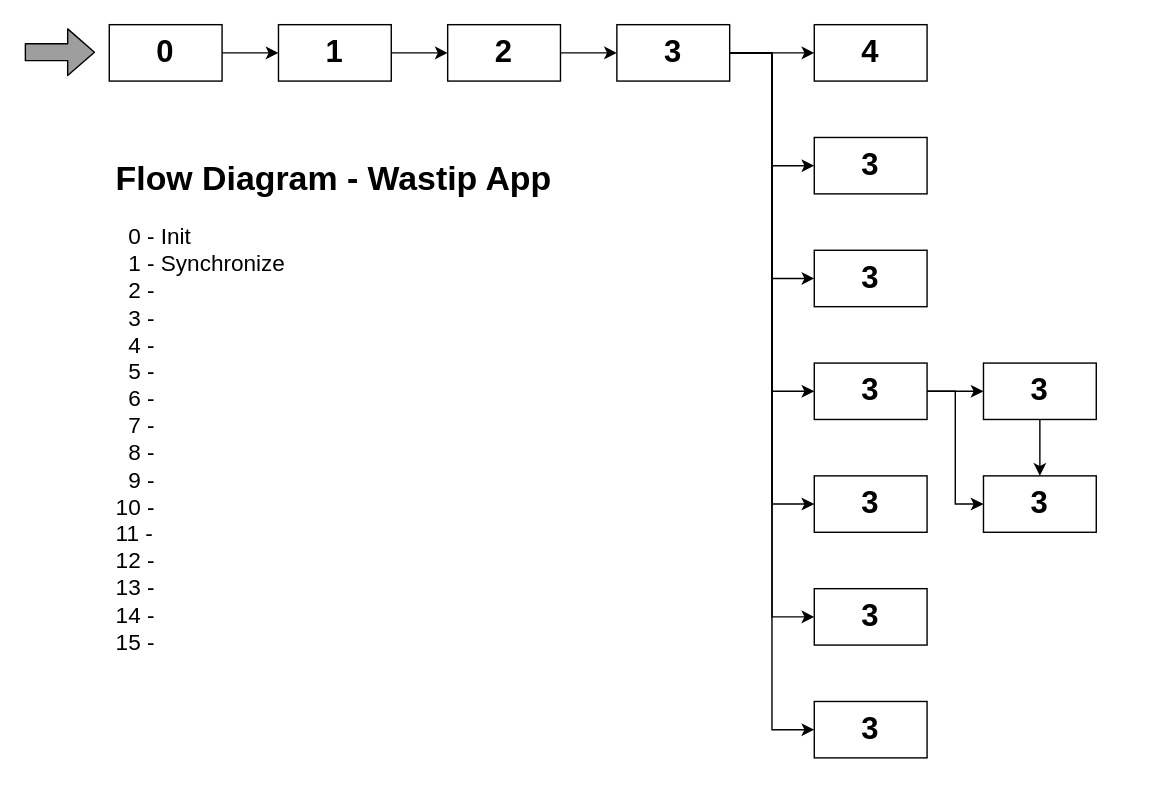
drubio-moba/diagramas keeps this draw.io diagram as Wastip-App_core&paths.drawio. Above is the earlier version. Source tidied: cells renumbered, new cells numbered last; positions are measured from the earlier drawing's top-left corner, leaving out a move shared by most shapes. Both pictures are drawn from the tidied source at 141%, with x=0, y=0 at pixel (24, 24).
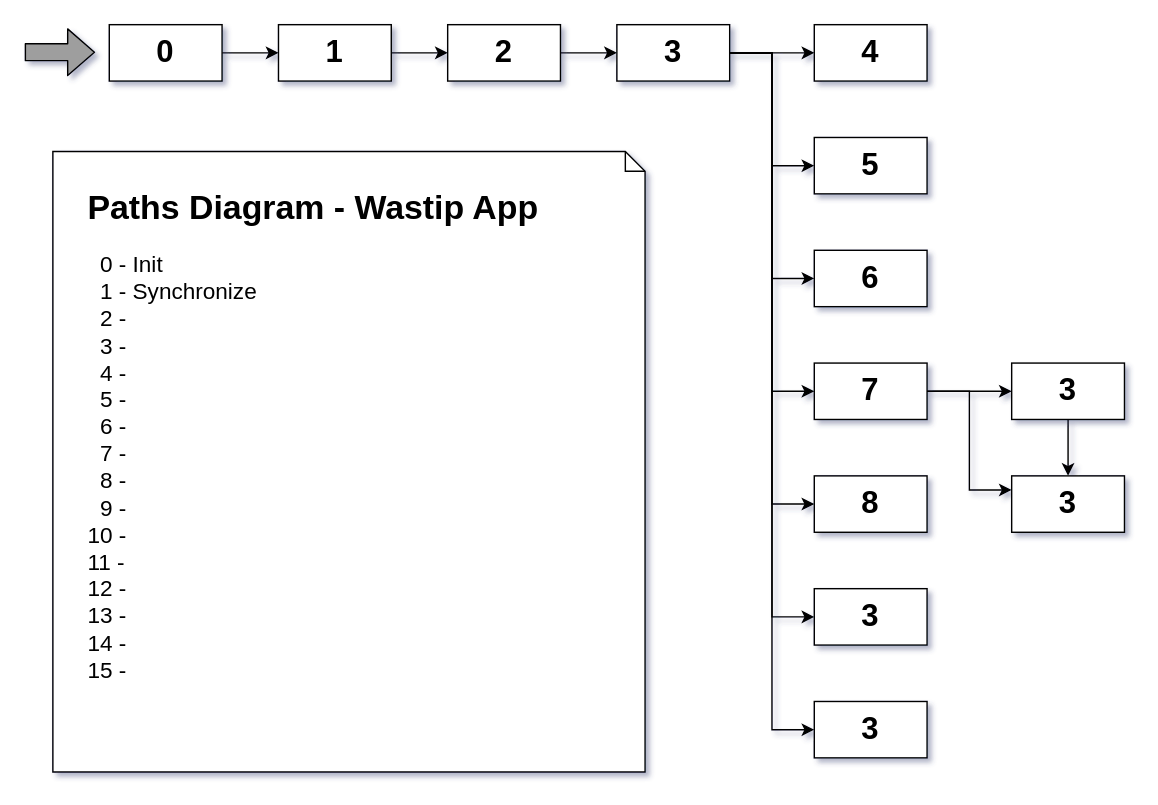
The same page after the edit.

Diff of the diagram source:
```diff
@@
-<mxGraphModel background="#ffffff">
+<mxGraphModel background="#ffffff" shadow="1">
@@
-    <mxCell id="17" value="&lt;b&gt;&lt;font style=&quot;font-size: 22px&quot;&gt;3&lt;/font&gt;&lt;/b&gt;" style="rounded=0;whiteSpace=wrap;html=1;" parent="1" vertex="1">
+    <mxCell id="17" value="&lt;div&gt;&lt;b&gt;&lt;font style=&quot;font-size: 22px&quot;&gt;5&lt;/font&gt;&lt;/b&gt;&lt;/div&gt;" style="rounded=0;whiteSpace=wrap;html=1;" parent="1" vertex="1">
       <mxGeometry x="560" y="80" width="80" height="40" as="geometry" />
     </mxCell>
-    <mxCell id="18" value="&lt;b&gt;&lt;font style=&quot;font-size: 22px&quot;&gt;3&lt;/font&gt;&lt;/b&gt;" style="rounded=0;whiteSpace=wrap;html=1;" parent="1" vertex="1">
+    <mxCell id="18" value="&lt;b&gt;&lt;font style=&quot;font-size: 22px&quot;&gt;6&lt;/font&gt;&lt;/b&gt;" style="rounded=0;whiteSpace=wrap;html=1;" parent="1" vertex="1">
       <mxGeometry x="560" y="160" width="80" height="40" as="geometry" />
     </mxCell>
@@
-    <mxCell id="20" style="edgeStyle=orthogonalEdgeStyle;rounded=0;jettySize=auto;html=1;entryX=0;entryY=0.5;entryDx=0;entryDy=0;labelBackgroundColor=#9E9E9E;fillColor=#9E9E9E;" parent="1" edge="1" source="21" target="30">
+    <mxCell id="20" style="edgeStyle=orthogonalEdgeStyle;rounded=0;jettySize=auto;html=1;entryX=0;entryY=0.25;entryDx=0;entryDy=0;labelBackgroundColor=#9E9E9E;fillColor=#9E9E9E;" parent="1" edge="1" source="21" target="30">
       <mxGeometry relative="1" as="geometry" />
     </mxCell>
-    <mxCell id="21" value="&lt;b&gt;&lt;font style=&quot;font-size: 22px&quot;&gt;3&lt;/font&gt;&lt;/b&gt;" style="rounded=0;whiteSpace=wrap;html=1;" parent="1" vertex="1">
+    <mxCell id="21" value="&lt;b&gt;&lt;font style=&quot;font-size: 22px&quot;&gt;7&lt;/font&gt;&lt;/b&gt;" style="rounded=0;whiteSpace=wrap;html=1;" parent="1" vertex="1">
       <mxGeometry x="560" y="240" width="80" height="40" as="geometry" />
     </mxCell>
-    <mxCell id="22" value="&lt;b&gt;&lt;font style=&quot;font-size: 22px&quot;&gt;3&lt;/font&gt;&lt;/b&gt;" style="rounded=0;whiteSpace=wrap;html=1;" parent="1" vertex="1">
+    <mxCell id="22" value="&lt;b&gt;&lt;font style=&quot;font-size: 22px&quot;&gt;8&lt;/font&gt;&lt;/b&gt;" style="rounded=0;whiteSpace=wrap;html=1;" parent="1" vertex="1">
       <mxGeometry x="560" y="320" width="80" height="40" as="geometry" />
     </mxCell>
@@
-    <mxCell id="27" value="&lt;h1&gt;Flow Diagram - Wastip App&lt;br&gt;&lt;/h1&gt;&lt;p&gt;&lt;font style=&quot;font-size: 16px&quot;&gt;&amp;nbsp; 0 - Init&lt;br&gt;&amp;nbsp; 1 - Synchronize&lt;br&gt;&amp;nbsp; 2 - &lt;br&gt;&amp;nbsp; 3 -&lt;br&gt;&amp;nbsp; 4 -&lt;br&gt;&amp;nbsp; 5 - &lt;br&gt;&amp;nbsp; 6 -&lt;br&gt;&amp;nbsp; 7 -&lt;br&gt;&amp;nbsp; 8 -&lt;br&gt;&amp;nbsp; 9 -&lt;br&gt;10 - &lt;br&gt;11 - &lt;br&gt;12 -&lt;br&gt;13 - &lt;br&gt;14 -&lt;br&gt;15 - &lt;br&gt;&lt;/font&gt;&lt;/p&gt;" style="text;html=1;strokeColor=none;fillColor=none;spacing=5;spacingTop=-20;whiteSpace=wrap;overflow=hidden;rounded=0;" parent="1" vertex="1">
-      <mxGeometry x="60" y="90" width="360" height="420" as="geometry" />
-    </mxCell>
@@
     <mxCell id="29" value="&lt;b&gt;&lt;font style=&quot;font-size: 22px&quot;&gt;3&lt;/font&gt;&lt;/b&gt;" style="rounded=0;whiteSpace=wrap;html=1;" parent="1" vertex="1">
-      <mxGeometry x="680" y="240" width="80" height="40" as="geometry" />
+      <mxGeometry x="700" y="240" width="80" height="40" as="geometry" />
     </mxCell>
     <mxCell id="30" value="&lt;b&gt;&lt;font style=&quot;font-size: 22px&quot;&gt;3&lt;/font&gt;&lt;/b&gt;" style="rounded=0;whiteSpace=wrap;html=1;" parent="1" vertex="1">
-      <mxGeometry x="680" y="320" width="80" height="40" as="geometry" />
+      <mxGeometry x="700" y="320" width="80" height="40" as="geometry" />
     </mxCell>
+    <mxCell id="31" style="shape=note;whiteSpace=wrap;html=1;size=14;verticalAlign=top;align=left;spacingTop=-6;rounded=0;shadow=0;glass=1;sketch=0;" parent="1" vertex="1">
+      <mxGeometry x="20" y="90" width="420" height="440" as="geometry" />
+    </mxCell>
+    <mxCell id="32" value="&lt;h1&gt;Paths Diagram - Wastip App&lt;br&gt;&lt;/h1&gt;&lt;p&gt;&lt;font style=&quot;font-size: 16px&quot;&gt;&amp;nbsp; 0 - Init&lt;br&gt;&amp;nbsp; 1 - Synchronize&lt;br&gt;&amp;nbsp; 2 - &lt;br&gt;&amp;nbsp; 3 -&lt;br&gt;&amp;nbsp; 4 -&lt;br&gt;&amp;nbsp; 5 - &lt;br&gt;&amp;nbsp; 6 -&lt;br&gt;&amp;nbsp; 7 -&lt;br&gt;&amp;nbsp; 8 -&lt;br&gt;&amp;nbsp; 9 -&lt;br&gt;10 - &lt;br&gt;11 - &lt;br&gt;12 -&lt;br&gt;13 - &lt;br&gt;14 -&lt;br&gt;15 - &lt;br&gt;&lt;/font&gt;&lt;/p&gt;" style="text;html=1;strokeColor=none;fillColor=none;spacing=5;spacingTop=-20;whiteSpace=wrap;overflow=hidden;rounded=0;shadow=0;sketch=0;glass=1;" parent="31" vertex="1">
+      <mxGeometry x="20" y="20" width="360" height="420" as="geometry" />
+    </mxCell>
```
